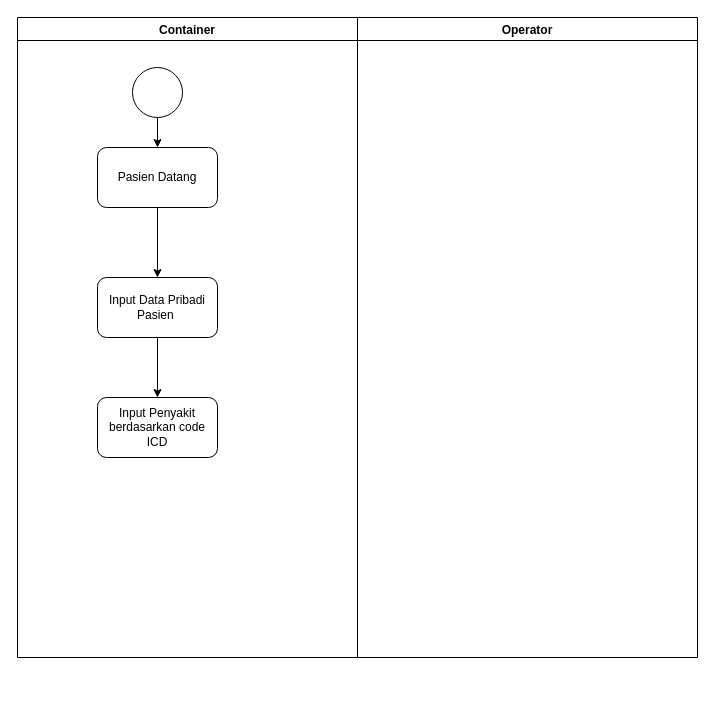
This is Business Process/BusinessProcess1.drawio from Kickhands/PKL-RS-Karyadi-Diagram, a draw.io file, before an edit. Source tidied: cells renumbered, new cells numbered last; positions are measured from the earlier drawing's top-left corner, leaving out a move shared by most shapes. Both pictures are drawn from the tidied source at 100%, with x=0, y=0 at pixel (17, 17).
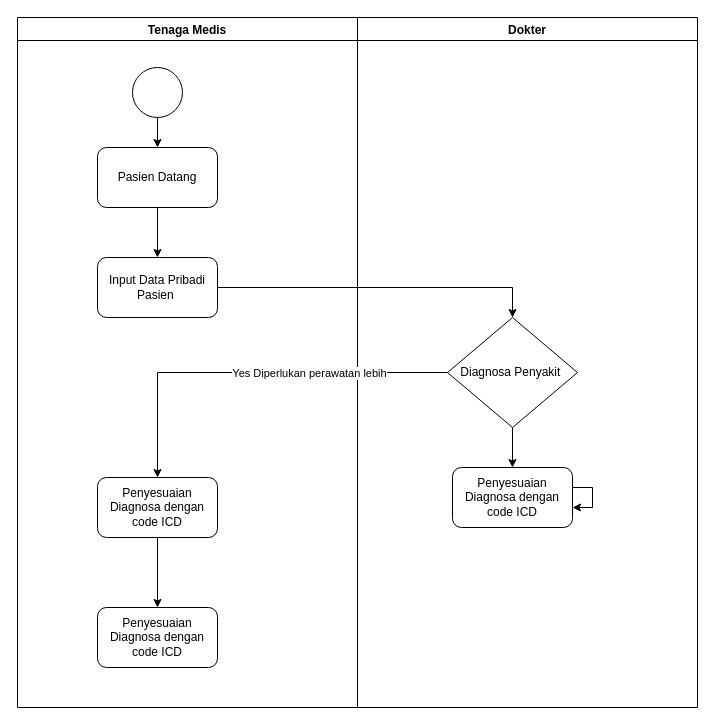
The same page after the edit.

The edit, as a diff of the source:
```diff
@@
-    <mxCell id="2" value="Operator" style="swimlane;" parent="1" vertex="1">
-      <mxGeometry x="340" width="340" height="640" as="geometry" />
+    <mxCell id="2" value="Dokter" style="swimlane;" parent="1" vertex="1">
+      <mxGeometry x="340" width="340" height="690" as="geometry" />
     </mxCell>
+    <mxCell id="11" style="edgeStyle=orthogonalEdgeStyle;rounded=0;jettySize=auto;html=1;exitX=0.5;exitY=1;exitDx=0;exitDy=0;entryX=0.5;entryY=0;entryDx=0;entryDy=0;" parent="2" edge="1" source="12" target="13">
+      <mxGeometry relative="1" as="geometry" />
+    </mxCell>
+    <mxCell id="12" value="Diagnosa Penyakit&amp;nbsp;" style="rhombus;whiteSpace=wrap;html=1;" parent="2" vertex="1">
+      <mxGeometry x="90" y="300" width="130" height="110" as="geometry" />
+    </mxCell>
+    <mxCell id="13" value="Penyesuaian Diagnosa dengan code ICD" style="rounded=1;whiteSpace=wrap;html=1;" parent="2" vertex="1">
+      <mxGeometry x="95" y="450" width="120" height="60" as="geometry" />
+    </mxCell>
+    <mxCell id="14" style="edgeStyle=orthogonalEdgeStyle;rounded=0;orthogonalLoop=1;jettySize=auto;html=1;" parent="2" edge="1" source="13" target="13">
+      <mxGeometry relative="1" as="geometry" />
+    </mxCell>
-    <mxCell id="3" value="Container" style="swimlane;" parent="1" vertex="1">
-      <mxGeometry width="340" height="640" as="geometry" />
+    <mxCell id="3" value="Tenaga Medis" style="swimlane;" parent="1" vertex="1">
+      <mxGeometry width="340" height="690" as="geometry" />
     </mxCell>
@@
-    <mxCell id="8" style="edgeStyle=orthogonalEdgeStyle;rounded=0;jettySize=auto;html=1;entryX=0.5;entryY=0;entryDx=0;entryDy=0;" parent="3" edge="1" source="9" target="10">
-      <mxGeometry relative="1" as="geometry" />
-    </mxCell>
     <mxCell id="9" value="Input Data Pribadi Pasien&amp;nbsp;" style="rounded=1;whiteSpace=wrap;html=1;" parent="3" vertex="1">
-      <mxGeometry x="80" y="260" width="120" height="60" as="geometry" />
+      <mxGeometry x="80" y="240" width="120" height="60" as="geometry" />
     </mxCell>
-    <mxCell id="10" value="Input Penyakit berdasarkan code ICD" style="rounded=1;whiteSpace=wrap;html=1;" parent="3" vertex="1">
-      <mxGeometry x="80" y="380" width="120" height="60" as="geometry" />
-    </mxCell>
+    <mxCell id="15" style="edgeStyle=orthogonalEdgeStyle;rounded=0;jettySize=auto;html=1;entryX=0.5;entryY=0;entryDx=0;entryDy=0;" parent="3" edge="1" source="16" target="17">
+      <mxGeometry relative="1" as="geometry" />
+    </mxCell>
+    <mxCell id="16" value="Penyesuaian Diagnosa dengan code ICD" style="rounded=1;whiteSpace=wrap;html=1;" parent="3" vertex="1">
+      <mxGeometry x="80" y="460" width="120" height="60" as="geometry" />
+    </mxCell>
+    <mxCell id="17" value="Penyesuaian Diagnosa dengan code ICD" style="rounded=1;whiteSpace=wrap;html=1;" parent="3" vertex="1">
+      <mxGeometry x="80" y="590" width="120" height="60" as="geometry" />
+    </mxCell>
+    <mxCell id="18" style="edgeStyle=orthogonalEdgeStyle;rounded=0;jettySize=auto;html=1;entryX=0.5;entryY=0;entryDx=0;entryDy=0;" parent="1" edge="1" source="9" target="12">
+      <mxGeometry relative="1" as="geometry" />
+    </mxCell>
+    <mxCell id="19" style="edgeStyle=orthogonalEdgeStyle;rounded=0;jettySize=auto;html=1;entryX=0.5;entryY=0;entryDx=0;entryDy=0;" parent="1" edge="1" source="12" target="16">
+      <mxGeometry relative="1" as="geometry" />
+    </mxCell>
+    <mxCell id="20" value="Yes Diperlukan perawatan lebih" style="edgeLabel;html=1;align=center;verticalAlign=middle;" parent="19" vertex="1">
+      <mxGeometry x="-0.3" relative="1" as="geometry">
+        <mxPoint x="-1" as="offset" />
+      </mxGeometry>
+    </mxCell>
```
